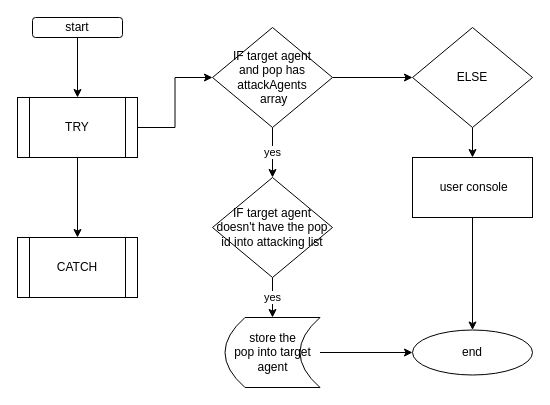
sivagit/diagrams keeps this draw.io diagram as card/addAttackingAgentId.drawio. Above is the earlier version. Source tidied: cells renumbered, new cells numbered last; positions are measured from the earlier drawing's top-left corner, leaving out a move shared by most shapes. Both pictures are drawn from the tidied source at 100%, with x=0, y=0 at pixel (17, 17).
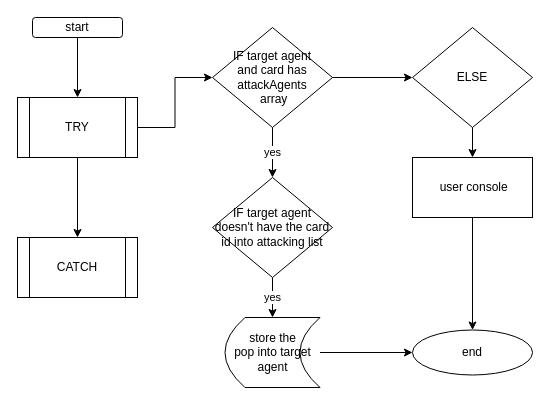
The same diagram, later.

Change to the diagram source:
```diff
@@
 <mxGraphModel>
   <root>
     <mxCell id="0" />
     <mxCell id="1" parent="0" />
     <mxCell id="2" style="edgeStyle=orthogonalEdgeStyle;rounded=0;jettySize=auto;html=1;" parent="1" edge="1" source="3" target="6">
       <mxGeometry relative="1" as="geometry" />
     </mxCell>
     <mxCell id="3" value="start" style="rounded=1;whiteSpace=wrap;html=1;" parent="1" vertex="1">
       <mxGeometry x="15" width="90" height="20" as="geometry" />
     </mxCell>
     <mxCell id="4" style="edgeStyle=orthogonalEdgeStyle;rounded=0;jettySize=auto;html=1;" parent="1" edge="1" source="6" target="7">
       <mxGeometry relative="1" as="geometry" />
     </mxCell>
     <mxCell id="5" style="edgeStyle=orthogonalEdgeStyle;rounded=0;jettySize=auto;html=1;" parent="1" edge="1" source="6" target="10">
       <mxGeometry relative="1" as="geometry" />
     </mxCell>
     <mxCell id="6" value="TRY" style="shape=process;whiteSpace=wrap;html=1;backgroundOutline=1;" parent="1" vertex="1">
       <mxGeometry y="80" width="120" height="60" as="geometry" />
     </mxCell>
     <mxCell id="7" value="CATCH" style="shape=process;whiteSpace=wrap;html=1;backgroundOutline=1;" parent="1" vertex="1">
       <mxGeometry y="220" width="120" height="60" as="geometry" />
     </mxCell>
     <mxCell id="8" value="yes" style="edgeStyle=orthogonalEdgeStyle;rounded=0;jettySize=auto;html=1;" parent="1" edge="1" source="10" target="12">
       <mxGeometry relative="1" as="geometry" />
     </mxCell>
     <mxCell id="9" style="edgeStyle=orthogonalEdgeStyle;rounded=0;jettySize=auto;html=1;" parent="1" edge="1" source="10" target="16">
       <mxGeometry relative="1" as="geometry" />
     </mxCell>
-    <mxCell id="10" value="IF target agent &lt;br&gt;and pop has attackAgents&lt;br&gt;&amp;nbsp;array" style="rhombus;whiteSpace=wrap;html=1;" parent="1" vertex="1">
+    <mxCell id="10" value="IF target agent &lt;br&gt;and card has attackAgents&lt;br&gt;&amp;nbsp;array" style="rhombus;whiteSpace=wrap;html=1;" parent="1" vertex="1">
       <mxGeometry x="195" y="10" width="120" height="100" as="geometry" />
     </mxCell>
     <mxCell id="11" value="yes" style="edgeStyle=orthogonalEdgeStyle;rounded=0;jettySize=auto;html=1;" parent="1" edge="1" source="12" target="14">
       <mxGeometry relative="1" as="geometry" />
     </mxCell>
-    <mxCell id="12" value="IF target agent doesn't have the pop id into attacking list" style="rhombus;whiteSpace=wrap;html=1;" parent="1" vertex="1">
+    <mxCell id="12" value="IF target agent doesn't have the card id into attacking list" style="rhombus;whiteSpace=wrap;html=1;" parent="1" vertex="1">
       <mxGeometry x="195" y="160" width="120" height="100" as="geometry" />
     </mxCell>
     <mxCell id="13" style="edgeStyle=orthogonalEdgeStyle;rounded=0;jettySize=auto;html=1;" parent="1" edge="1" source="14" target="19">
       <mxGeometry relative="1" as="geometry" />
     </mxCell>
     <mxCell id="14" value="store the &lt;br&gt;pop into target agent" style="shape=dataStorage;whiteSpace=wrap;html=1;fixedSize=1;" parent="1" vertex="1">
       <mxGeometry x="207.5" y="300" width="95" height="70" as="geometry" />
     </mxCell>
     <mxCell id="15" style="edgeStyle=orthogonalEdgeStyle;rounded=0;jettySize=auto;html=1;" parent="1" edge="1" source="16" target="18">
       <mxGeometry relative="1" as="geometry" />
     </mxCell>
     <mxCell id="16" value="ELSE" style="rhombus;whiteSpace=wrap;html=1;" parent="1" vertex="1">
       <mxGeometry x="395" y="10" width="120" height="100" as="geometry" />
     </mxCell>
     <mxCell id="17" style="edgeStyle=orthogonalEdgeStyle;rounded=0;jettySize=auto;html=1;" parent="1" edge="1" source="18" target="19">
       <mxGeometry relative="1" as="geometry" />
     </mxCell>
     <mxCell id="18" value="&lt;span style=&quot;white-space: pre&quot;&gt; &lt;/span&gt;user console" style="rounded=0;whiteSpace=wrap;html=1;" parent="1" vertex="1">
       <mxGeometry x="395" y="140" width="120" height="60" as="geometry" />
     </mxCell>
     <mxCell id="19" value="end" style="ellipse;whiteSpace=wrap;html=1;" parent="1" vertex="1">
       <mxGeometry x="395" y="312.5" width="120" height="45" as="geometry" />
     </mxCell>
   </root>
 </mxGraphModel>
```
